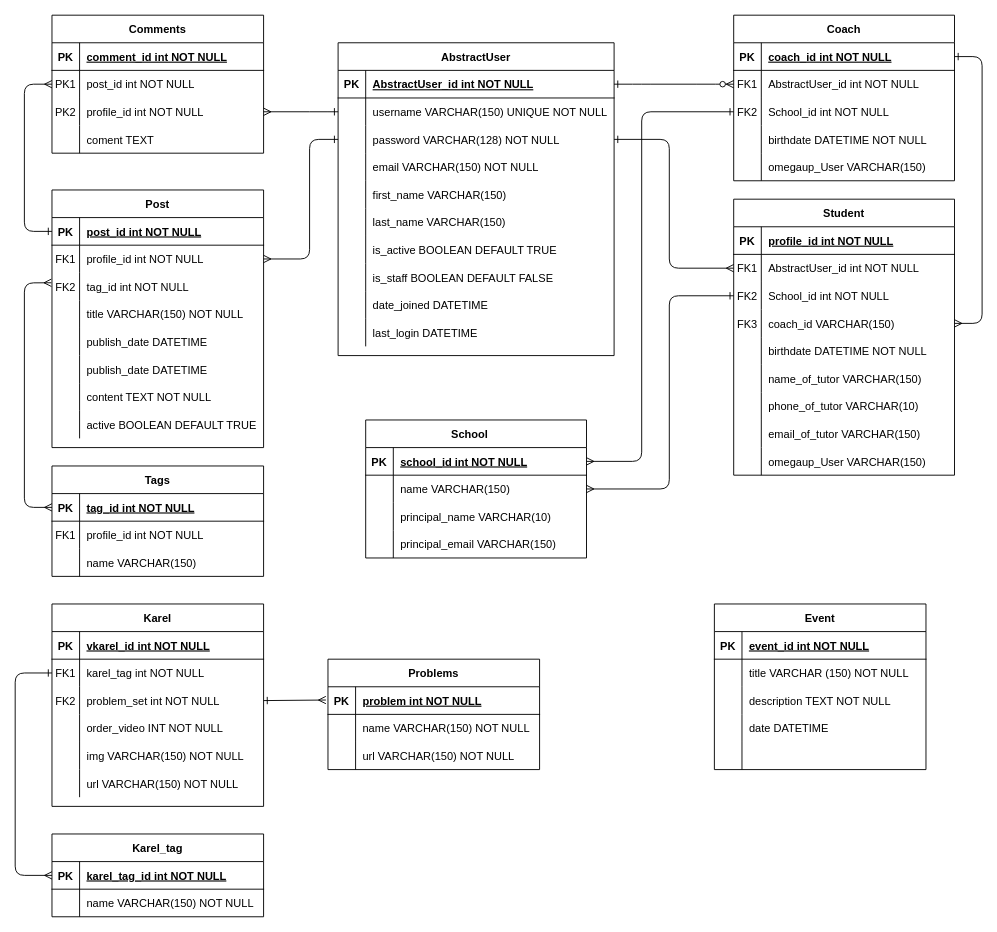
The draw.io diagram OMICHH_ERM.drawio in LaloRivero/omichh-ERM, before the edit. Source tidied: cells renumbered, new cells numbered last; positions are measured from the earlier drawing's top-left corner, leaving out a move shared by most shapes. Both pictures are drawn from the tidied source at 92%, with x=0, y=0 at pixel (15, 15).
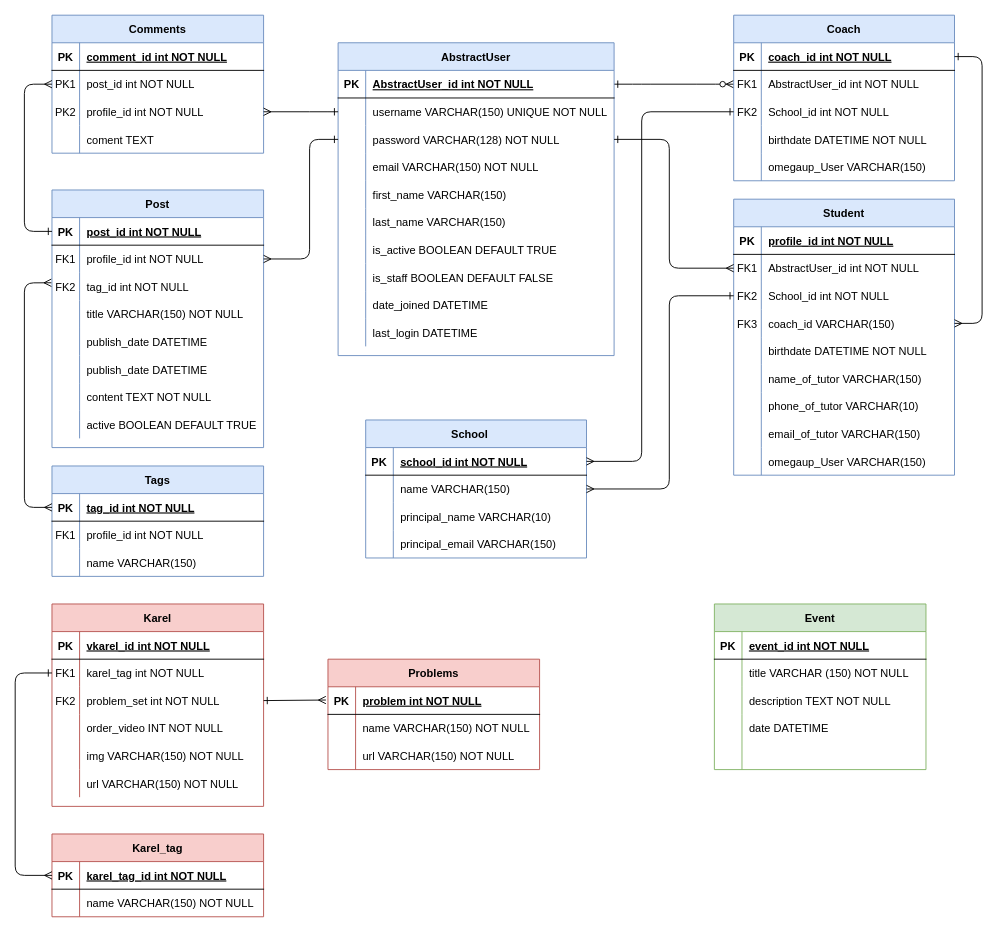
The same page after the edit.

What changed in the source:
```diff
@@
-    <mxCell id="3" value="Coach" style="shape=table;startSize=30;childLayout=tableLayout;rowLines=0;fontStyle=1;align=center;" parent="1" vertex="1">
+    <mxCell id="3" value="Coach" style="shape=table;startSize=30;childLayout=tableLayout;rowLines=0;fontStyle=1;align=center;fillColor=#dae8fc;strokeColor=#6c8ebf;" parent="1" vertex="1">
       <mxGeometry x="781" width="240" height="180" as="geometry" />
     </mxCell>
@@
-    <mxCell id="19" value="AbstractUser" style="shape=table;startSize=30;childLayout=tableLayout;rowLines=0;fontStyle=1;align=center;" parent="1" vertex="1">
+    <mxCell id="19" value="AbstractUser" style="shape=table;startSize=30;childLayout=tableLayout;rowLines=0;fontStyle=1;align=center;fillColor=#dae8fc;strokeColor=#6c8ebf;" parent="1" vertex="1">
       <mxGeometry x="351" y="30" width="300" height="340" as="geometry" />
     </mxCell>
@@
-    <mxCell id="50" value="School    " style="shape=table;startSize=30;childLayout=tableLayout;rowLines=0;fontStyle=1;align=center;" parent="1" vertex="1">
+    <mxCell id="50" value="School    " style="shape=table;startSize=30;childLayout=tableLayout;rowLines=0;fontStyle=1;align=center;fillColor=#dae8fc;strokeColor=#6c8ebf;" parent="1" vertex="1">
       <mxGeometry x="381" y="440" width="240" height="150" as="geometry" />
     </mxCell>
@@
-    <mxCell id="63" value="Post" style="shape=table;startSize=30;childLayout=tableLayout;rowLines=0;fontStyle=1;align=center;" parent="1" vertex="1">
+    <mxCell id="63" value="Post" style="shape=table;startSize=30;childLayout=tableLayout;rowLines=0;fontStyle=1;align=center;fillColor=#dae8fc;strokeColor=#6c8ebf;" parent="1" vertex="1">
       <mxGeometry x="40" y="190" width="230" height="280" as="geometry" />
     </mxCell>
@@
-    <mxCell id="88" value="Tags" style="shape=table;startSize=30;childLayout=tableLayout;rowLines=0;fontStyle=1;align=center;" parent="1" vertex="1">
+    <mxCell id="88" value="Tags" style="shape=table;startSize=30;childLayout=tableLayout;rowLines=0;fontStyle=1;align=center;fillColor=#dae8fc;strokeColor=#6c8ebf;" parent="1" vertex="1">
       <mxGeometry x="40" y="490" width="230" height="120" as="geometry" />
     </mxCell>
@@
-    <mxCell id="99" value="Comments" style="shape=table;startSize=30;childLayout=tableLayout;rowLines=0;fontStyle=1;align=center;" parent="1" vertex="1">
+    <mxCell id="99" value="Comments" style="shape=table;startSize=30;childLayout=tableLayout;rowLines=0;fontStyle=1;align=center;fillColor=#dae8fc;strokeColor=#6c8ebf;" parent="1" vertex="1">
       <mxGeometry x="40" width="230" height="150" as="geometry" />
     </mxCell>
@@
-    <mxCell id="114" value="Karel" style="shape=table;startSize=30;childLayout=tableLayout;rowLines=0;fontStyle=1;align=center;" parent="1" vertex="1">
+    <mxCell id="114" value="Karel" style="shape=table;startSize=30;childLayout=tableLayout;rowLines=0;fontStyle=1;align=center;fillColor=#f8cecc;strokeColor=#b85450;" parent="1" vertex="1">
       <mxGeometry x="40" y="640" width="230" height="220" as="geometry" />
     </mxCell>
@@
-    <mxCell id="133" value="Karel_tag" style="shape=table;startSize=30;childLayout=tableLayout;rowLines=0;fontStyle=1;align=center;" parent="1" vertex="1">
+    <mxCell id="133" value="Karel_tag" style="shape=table;startSize=30;childLayout=tableLayout;rowLines=0;fontStyle=1;align=center;fillColor=#f8cecc;strokeColor=#b85450;" parent="1" vertex="1">
       <mxGeometry x="40" y="890" width="230" height="90" as="geometry" />
     </mxCell>
@@
-    <mxCell id="140" value="Problems" style="shape=table;startSize=30;childLayout=tableLayout;rowLines=0;fontStyle=1;align=center;" parent="1" vertex="1">
+    <mxCell id="140" value="Problems" style="shape=table;startSize=30;childLayout=tableLayout;rowLines=0;fontStyle=1;align=center;fillColor=#f8cecc;strokeColor=#b85450;" parent="1" vertex="1">
       <mxGeometry x="340" y="700" width="230" height="120" as="geometry" />
     </mxCell>
@@
-    <mxCell id="152" value="Event" style="shape=table;startSize=30;childLayout=tableLayout;rowLines=0;fontStyle=1;align=center;" parent="1" vertex="1">
+    <mxCell id="152" value="Event" style="shape=table;startSize=30;childLayout=tableLayout;rowLines=0;fontStyle=1;align=center;fillColor=#d5e8d4;strokeColor=#82b366;" parent="1" vertex="1">
       <mxGeometry x="760" y="640" width="230" height="180" as="geometry" />
     </mxCell>
@@
-    <mxCell id="168" value="Student" style="shape=table;startSize=30;childLayout=tableLayout;rowLines=0;fontStyle=1;align=center;" parent="1" vertex="1">
+    <mxCell id="168" value="Student" style="shape=table;startSize=30;childLayout=tableLayout;rowLines=0;fontStyle=1;align=center;fillColor=#dae8fc;strokeColor=#6c8ebf;" parent="1" vertex="1">
       <mxGeometry x="781" y="200" width="240" height="300" as="geometry" />
     </mxCell>
```
